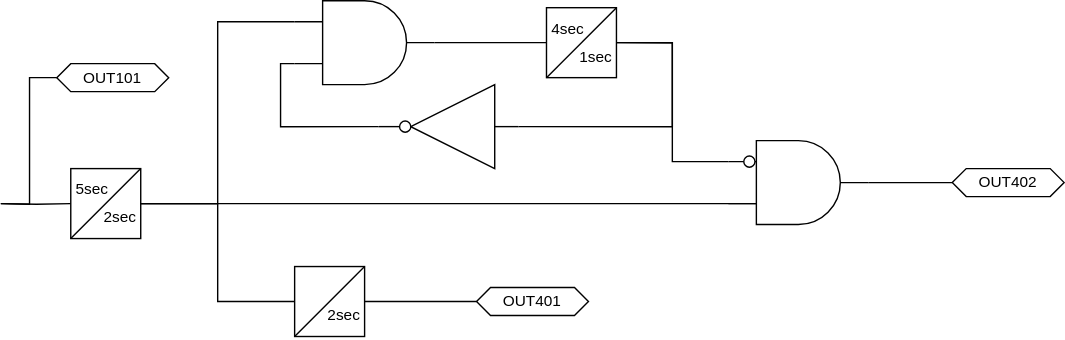
Above: content/images/SEL-5282_timing.drawio.svg in engineerjoe440/stanley-solutions-blog (draw.io), before the change. Source tidied: cells renumbered, new cells last; positions are measured from the earlier drawing's top-left corner, leaving out a move shared by most shapes.
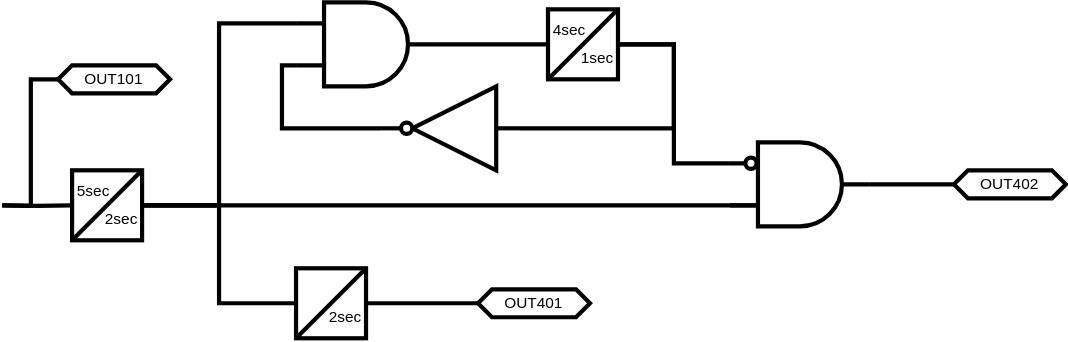
After the change.

Diff of the diagram source:
```diff
@@ -1,27 +1,27 @@
-<mxGraphModel>
+<mxGraphModel background="#FFFFFF">
   <root>
     <mxCell id="0" />
     <mxCell id="1" parent="0" />
-    <mxCell id="2" style="edgeStyle=orthogonalEdgeStyle;shape=connector;rounded=0;html=1;exitX=1;exitY=0.5;exitDx=0;exitDy=0;exitPerimeter=0;entryX=0;entryY=0.5;entryDx=0;entryDy=0;strokeColor=default;align=center;verticalAlign=middle;fontFamily=Helvetica;fontSize=11;fontColor=default;labelBackgroundColor=default;startFill=0;endArrow=none;" parent="1" edge="1" target="4">
+    <mxCell id="2" style="edgeStyle=orthogonalEdgeStyle;shape=connector;rounded=0;html=1;exitX=1;exitY=0.5;exitDx=0;exitDy=0;exitPerimeter=0;entryX=0;entryY=0.5;entryDx=0;entryDy=0;strokeColor=default;align=center;verticalAlign=middle;fontFamily=Helvetica;fontSize=11;fontColor=default;labelBackgroundColor=default;startFill=0;endArrow=none;strokeWidth=3;" parent="1" edge="1" target="4">
       <mxGeometry relative="1" as="geometry">
         <mxPoint y="145" as="sourcePoint" />
       </mxGeometry>
     </mxCell>
-    <mxCell id="3" style="edgeStyle=orthogonalEdgeStyle;shape=connector;rounded=0;html=1;exitX=1;exitY=0.5;exitDx=0;exitDy=0;exitPerimeter=0;entryX=0;entryY=0.5;entryDx=0;entryDy=0;strokeColor=default;align=center;verticalAlign=middle;fontFamily=Helvetica;fontSize=11;fontColor=default;labelBackgroundColor=default;startFill=0;endArrow=none;" parent="1" edge="1" target="6">
+    <mxCell id="3" style="edgeStyle=orthogonalEdgeStyle;shape=connector;rounded=0;html=1;exitX=1;exitY=0.5;exitDx=0;exitDy=0;exitPerimeter=0;entryX=0;entryY=0.5;entryDx=0;entryDy=0;strokeColor=default;align=center;verticalAlign=middle;fontFamily=Helvetica;fontSize=11;fontColor=default;labelBackgroundColor=default;startFill=0;endArrow=none;strokeWidth=3;" parent="1" edge="1" target="6">
       <mxGeometry relative="1" as="geometry">
         <mxPoint y="145" as="sourcePoint" />
       </mxGeometry>
     </mxCell>
-    <mxCell id="4" value="OUT101" style="shape=hexagon;perimeter=hexagonPerimeter2;whiteSpace=wrap;html=1;fixedSize=1;fontFamily=Helvetica;fontSize=11;fontColor=default;labelBackgroundColor=default;size=10;" parent="1" vertex="1">
+    <mxCell id="4" value="OUT101" style="shape=hexagon;perimeter=hexagonPerimeter2;whiteSpace=wrap;html=1;fixedSize=1;fontFamily=Helvetica;fontSize=11;fontColor=default;labelBackgroundColor=default;size=10;strokeWidth=3;" parent="1" vertex="1">
       <mxGeometry x="40" y="45" width="80" height="20" as="geometry" />
     </mxCell>
-    <mxCell id="5" style="group;" parent="1" vertex="1">
+    <mxCell id="5" style="group;strokeWidth=3;" parent="1" vertex="1">
       <mxGeometry x="50" y="120" width="60" height="50" as="geometry" />
     </mxCell>
-    <mxCell id="6" style="whiteSpace=wrap;html=1;" parent="5" vertex="1">
+    <mxCell id="6" style="whiteSpace=wrap;html=1;strokeWidth=3;" parent="5" vertex="1">
       <mxGeometry width="50" height="50" as="geometry" />
     </mxCell>
-    <mxCell id="7" style="endArrow=none;html=1;rounded=0;" parent="5" edge="1" target="6">
+    <mxCell id="7" style="endArrow=none;html=1;rounded=0;strokeWidth=3;" parent="5" edge="1" target="6">
       <mxGeometry relative="1" as="geometry">
         <mxPoint y="50" as="sourcePoint" />
         <Array as="points">
@@ -29,19 +29,19 @@
         </Array>
       </mxGeometry>
     </mxCell>
-    <mxCell id="8" value="5sec" style="text;html=1;align=center;verticalAlign=middle;strokeColor=none;fillColor=none;fontFamily=Helvetica;fontSize=11;fontColor=default;labelBackgroundColor=default;" parent="5" vertex="1">
+    <mxCell id="8" value="5sec" style="text;html=1;align=center;verticalAlign=middle;strokeColor=none;fillColor=none;fontFamily=Helvetica;fontSize=11;fontColor=default;labelBackgroundColor=default;strokeWidth=3;" parent="5" vertex="1">
       <mxGeometry x="-10" width="50" height="30" as="geometry" />
     </mxCell>
-    <mxCell id="9" value="2sec" style="text;html=1;align=center;verticalAlign=middle;strokeColor=none;fillColor=none;fontFamily=Helvetica;fontSize=11;fontColor=default;labelBackgroundColor=default;" parent="5" vertex="1">
+    <mxCell id="9" value="2sec" style="text;html=1;align=center;verticalAlign=middle;strokeColor=none;fillColor=none;fontFamily=Helvetica;fontSize=11;fontColor=default;labelBackgroundColor=default;strokeWidth=3;" parent="5" vertex="1">
       <mxGeometry x="10" y="20" width="50" height="30" as="geometry" />
     </mxCell>
-    <mxCell id="10" style="group;" parent="1" vertex="1">
+    <mxCell id="10" style="group;strokeWidth=3;" parent="1" vertex="1">
       <mxGeometry x="210" y="190" width="60" height="50" as="geometry" />
     </mxCell>
-    <mxCell id="11" style="whiteSpace=wrap;html=1;" parent="10" vertex="1">
+    <mxCell id="11" style="whiteSpace=wrap;html=1;strokeWidth=3;" parent="10" vertex="1">
       <mxGeometry width="50" height="50" as="geometry" />
     </mxCell>
-    <mxCell id="12" style="endArrow=none;html=1;rounded=0;" parent="10" edge="1" target="11">
+    <mxCell id="12" style="endArrow=none;html=1;rounded=0;strokeWidth=3;" parent="10" edge="1" target="11">
       <mxGeometry relative="1" as="geometry">
         <mxPoint y="50" as="sourcePoint" />
         <Array as="points">
@@ -49,28 +49,28 @@
         </Array>
       </mxGeometry>
     </mxCell>
-    <mxCell id="13" value="2sec" style="text;html=1;align=center;verticalAlign=middle;strokeColor=none;fillColor=none;fontFamily=Helvetica;fontSize=11;fontColor=default;labelBackgroundColor=default;" parent="10" vertex="1">
+    <mxCell id="13" value="2sec" style="text;html=1;align=center;verticalAlign=middle;strokeColor=none;fillColor=none;fontFamily=Helvetica;fontSize=11;fontColor=default;labelBackgroundColor=default;strokeWidth=3;" parent="10" vertex="1">
       <mxGeometry x="10" y="20" width="50" height="30" as="geometry" />
     </mxCell>
-    <mxCell id="14" style="edgeStyle=orthogonalEdgeStyle;shape=connector;rounded=0;html=1;exitX=0;exitY=0.5;exitDx=0;exitDy=0;entryX=1;entryY=0.5;entryDx=0;entryDy=0;strokeColor=default;align=center;verticalAlign=middle;fontFamily=Helvetica;fontSize=11;fontColor=default;labelBackgroundColor=default;startFill=0;endArrow=none;" parent="1" edge="1" source="11" target="6">
+    <mxCell id="14" style="edgeStyle=orthogonalEdgeStyle;shape=connector;rounded=0;html=1;exitX=0;exitY=0.5;exitDx=0;exitDy=0;entryX=1;entryY=0.5;entryDx=0;entryDy=0;strokeColor=default;align=center;verticalAlign=middle;fontFamily=Helvetica;fontSize=11;fontColor=default;labelBackgroundColor=default;startFill=0;endArrow=none;strokeWidth=3;" parent="1" edge="1" source="11" target="6">
       <mxGeometry relative="1" as="geometry" />
     </mxCell>
-    <mxCell id="15" style="edgeStyle=orthogonalEdgeStyle;shape=connector;rounded=0;html=1;exitX=0;exitY=0.25;exitDx=0;exitDy=0;exitPerimeter=0;entryX=1;entryY=0.5;entryDx=0;entryDy=0;strokeColor=default;align=center;verticalAlign=middle;fontFamily=Helvetica;fontSize=11;fontColor=default;labelBackgroundColor=default;startFill=0;endArrow=none;" parent="1" edge="1" source="17" target="6">
+    <mxCell id="15" style="edgeStyle=orthogonalEdgeStyle;shape=connector;rounded=0;html=1;exitX=0;exitY=0.25;exitDx=0;exitDy=0;exitPerimeter=0;entryX=1;entryY=0.5;entryDx=0;entryDy=0;strokeColor=default;align=center;verticalAlign=middle;fontFamily=Helvetica;fontSize=11;fontColor=default;labelBackgroundColor=default;startFill=0;endArrow=none;strokeWidth=3;" parent="1" edge="1" source="17" target="6">
       <mxGeometry relative="1" as="geometry" />
     </mxCell>
-    <mxCell id="16" style="edgeStyle=orthogonalEdgeStyle;shape=connector;rounded=0;html=1;exitX=1;exitY=0.5;exitDx=0;exitDy=0;exitPerimeter=0;entryX=0;entryY=0.5;entryDx=0;entryDy=0;strokeColor=default;align=center;verticalAlign=middle;fontFamily=Helvetica;fontSize=11;fontColor=default;labelBackgroundColor=default;startFill=0;endArrow=none;" parent="1" edge="1" source="17" target="19">
+    <mxCell id="16" style="edgeStyle=orthogonalEdgeStyle;shape=connector;rounded=0;html=1;exitX=1;exitY=0.5;exitDx=0;exitDy=0;exitPerimeter=0;entryX=0;entryY=0.5;entryDx=0;entryDy=0;strokeColor=default;align=center;verticalAlign=middle;fontFamily=Helvetica;fontSize=11;fontColor=default;labelBackgroundColor=default;startFill=0;endArrow=none;strokeWidth=3;" parent="1" edge="1" source="17" target="19">
       <mxGeometry relative="1" as="geometry" />
     </mxCell>
-    <mxCell id="17" style="verticalLabelPosition=bottom;shadow=0;dashed=0;align=center;html=1;verticalAlign=top;shape=mxgraph.electrical.logic_gates.logic_gate;operation=and;" parent="1" vertex="1">
+    <mxCell id="17" style="verticalLabelPosition=bottom;shadow=0;dashed=0;align=center;html=1;verticalAlign=top;shape=mxgraph.electrical.logic_gates.logic_gate;operation=and;strokeWidth=3;" parent="1" vertex="1">
       <mxGeometry x="210" width="100" height="60" as="geometry" />
     </mxCell>
-    <mxCell id="18" style="group;" parent="1" vertex="1">
+    <mxCell id="18" style="group;strokeWidth=3;" parent="1" vertex="1">
       <mxGeometry x="390" y="5" width="60" height="50" as="geometry" />
     </mxCell>
-    <mxCell id="19" style="whiteSpace=wrap;html=1;" parent="18" vertex="1">
+    <mxCell id="19" style="whiteSpace=wrap;html=1;strokeWidth=3;" parent="18" vertex="1">
       <mxGeometry width="50" height="50" as="geometry" />
     </mxCell>
-    <mxCell id="20" style="endArrow=none;html=1;rounded=0;" parent="18" edge="1" target="19">
+    <mxCell id="20" style="endArrow=none;html=1;rounded=0;strokeWidth=3;" parent="18" edge="1" target="19">
       <mxGeometry relative="1" as="geometry">
         <mxPoint y="50" as="sourcePoint" />
         <Array as="points">
@@ -78,13 +78,13 @@
         </Array>
       </mxGeometry>
     </mxCell>
-    <mxCell id="21" value="4sec" style="text;html=1;align=center;verticalAlign=middle;strokeColor=none;fillColor=none;fontFamily=Helvetica;fontSize=11;fontColor=default;labelBackgroundColor=default;" parent="18" vertex="1">
+    <mxCell id="21" value="4sec" style="text;html=1;align=center;verticalAlign=middle;strokeColor=none;fillColor=none;fontFamily=Helvetica;fontSize=11;fontColor=default;labelBackgroundColor=default;strokeWidth=3;" parent="18" vertex="1">
       <mxGeometry x="-10" width="50" height="30" as="geometry" />
     </mxCell>
-    <mxCell id="22" value="1sec" style="text;html=1;align=center;verticalAlign=middle;strokeColor=none;fillColor=none;fontFamily=Helvetica;fontSize=11;fontColor=default;labelBackgroundColor=default;" parent="18" vertex="1">
+    <mxCell id="22" value="1sec" style="text;html=1;align=center;verticalAlign=middle;strokeColor=none;fillColor=none;fontFamily=Helvetica;fontSize=11;fontColor=default;labelBackgroundColor=default;strokeWidth=3;" parent="18" vertex="1">
       <mxGeometry x="10" y="20" width="50" height="30" as="geometry" />
     </mxCell>
-    <mxCell id="23" style="edgeStyle=orthogonalEdgeStyle;shape=connector;rounded=0;html=1;exitX=0;exitY=0.5;exitDx=0;exitDy=0;exitPerimeter=0;entryX=1;entryY=0.5;entryDx=0;entryDy=0;strokeColor=default;align=center;verticalAlign=middle;fontFamily=Helvetica;fontSize=11;fontColor=default;labelBackgroundColor=default;startFill=0;endArrow=none;" parent="1" edge="1" source="24" target="19">
+    <mxCell id="23" style="edgeStyle=orthogonalEdgeStyle;shape=connector;rounded=0;html=1;exitX=0;exitY=0.5;exitDx=0;exitDy=0;exitPerimeter=0;entryX=1;entryY=0.5;entryDx=0;entryDy=0;strokeColor=default;align=center;verticalAlign=middle;fontFamily=Helvetica;fontSize=11;fontColor=default;labelBackgroundColor=default;startFill=0;endArrow=none;strokeWidth=3;" parent="1" edge="1" source="24" target="19">
       <mxGeometry relative="1" as="geometry">
         <Array as="points">
           <mxPoint x="480" y="90" />
@@ -92,38 +92,38 @@
         </Array>
       </mxGeometry>
     </mxCell>
-    <mxCell id="24" style="verticalLabelPosition=bottom;shadow=0;dashed=0;align=center;html=1;verticalAlign=top;shape=mxgraph.electrical.logic_gates.inverter_2;fontFamily=Helvetica;fontSize=11;fontColor=default;labelBackgroundColor=default;direction=west;" parent="1" vertex="1">
+    <mxCell id="24" style="verticalLabelPosition=bottom;shadow=0;dashed=0;align=center;html=1;verticalAlign=top;shape=mxgraph.electrical.logic_gates.inverter_2;fontFamily=Helvetica;fontSize=11;fontColor=default;labelBackgroundColor=default;direction=west;strokeWidth=3;" parent="1" vertex="1">
       <mxGeometry x="270" y="60" width="100" height="60" as="geometry" />
     </mxCell>
-    <mxCell id="25" style="edgeStyle=orthogonalEdgeStyle;shape=connector;rounded=0;html=1;exitX=1;exitY=0.5;exitDx=0;exitDy=0;exitPerimeter=0;entryX=0;entryY=0.75;entryDx=0;entryDy=0;entryPerimeter=0;strokeColor=default;align=center;verticalAlign=middle;fontFamily=Helvetica;fontSize=11;fontColor=default;labelBackgroundColor=default;startFill=0;endArrow=none;" parent="1" edge="1" source="24" target="17">
+    <mxCell id="25" style="edgeStyle=orthogonalEdgeStyle;shape=connector;rounded=0;html=1;exitX=1;exitY=0.5;exitDx=0;exitDy=0;exitPerimeter=0;entryX=0;entryY=0.75;entryDx=0;entryDy=0;entryPerimeter=0;strokeColor=default;align=center;verticalAlign=middle;fontFamily=Helvetica;fontSize=11;fontColor=default;labelBackgroundColor=default;startFill=0;endArrow=none;strokeWidth=3;" parent="1" edge="1" source="24" target="17">
       <mxGeometry relative="1" as="geometry" />
     </mxCell>
-    <mxCell id="26" style="edgeStyle=orthogonalEdgeStyle;shape=connector;rounded=0;html=1;exitX=0;exitY=0.25;exitDx=0;exitDy=0;exitPerimeter=0;entryX=1;entryY=0.5;entryDx=0;entryDy=0;strokeColor=default;align=center;verticalAlign=middle;fontFamily=Helvetica;fontSize=11;fontColor=default;labelBackgroundColor=default;startFill=0;endArrow=none;" parent="1" edge="1" source="29" target="19">
+    <mxCell id="26" style="edgeStyle=orthogonalEdgeStyle;shape=connector;rounded=0;html=1;exitX=0;exitY=0.25;exitDx=0;exitDy=0;exitPerimeter=0;entryX=1;entryY=0.5;entryDx=0;entryDy=0;strokeColor=default;align=center;verticalAlign=middle;fontFamily=Helvetica;fontSize=11;fontColor=default;labelBackgroundColor=default;startFill=0;endArrow=none;strokeWidth=3;" parent="1" edge="1" source="29" target="19">
       <mxGeometry relative="1" as="geometry" />
     </mxCell>
-    <mxCell id="27" style="edgeStyle=orthogonalEdgeStyle;shape=connector;rounded=0;html=1;exitX=0;exitY=0.75;exitDx=0;exitDy=0;exitPerimeter=0;entryX=1;entryY=0.5;entryDx=0;entryDy=0;strokeColor=default;align=center;verticalAlign=middle;fontFamily=Helvetica;fontSize=11;fontColor=default;labelBackgroundColor=default;startFill=0;endArrow=none;" parent="1" edge="1" source="29" target="6">
+    <mxCell id="27" style="edgeStyle=orthogonalEdgeStyle;shape=connector;rounded=0;html=1;exitX=0;exitY=0.75;exitDx=0;exitDy=0;exitPerimeter=0;entryX=1;entryY=0.5;entryDx=0;entryDy=0;strokeColor=default;align=center;verticalAlign=middle;fontFamily=Helvetica;fontSize=11;fontColor=default;labelBackgroundColor=default;startFill=0;endArrow=none;strokeWidth=3;" parent="1" edge="1" source="29" target="6">
       <mxGeometry relative="1" as="geometry">
         <Array as="points">
           <mxPoint x="580" y="145" />
         </Array>
       </mxGeometry>
     </mxCell>
-    <mxCell id="28" style="edgeStyle=orthogonalEdgeStyle;shape=connector;rounded=0;html=1;exitX=1;exitY=0.5;exitDx=0;exitDy=0;exitPerimeter=0;entryX=0;entryY=0.5;entryDx=0;entryDy=0;strokeColor=default;align=center;verticalAlign=middle;fontFamily=Helvetica;fontSize=11;fontColor=default;labelBackgroundColor=default;startFill=0;endArrow=none;" parent="1" edge="1" source="29" target="33">
+    <mxCell id="28" style="edgeStyle=orthogonalEdgeStyle;shape=connector;rounded=0;html=1;exitX=1;exitY=0.5;exitDx=0;exitDy=0;exitPerimeter=0;entryX=0;entryY=0.5;entryDx=0;entryDy=0;strokeColor=default;align=center;verticalAlign=middle;fontFamily=Helvetica;fontSize=11;fontColor=default;labelBackgroundColor=default;startFill=0;endArrow=none;strokeWidth=3;" parent="1" edge="1" source="29" target="33">
       <mxGeometry relative="1" as="geometry" />
     </mxCell>
-    <mxCell id="29" style="verticalLabelPosition=bottom;shadow=0;dashed=0;align=center;html=1;verticalAlign=top;shape=mxgraph.electrical.logic_gates.logic_gate;operation=and;" parent="1" vertex="1">
+    <mxCell id="29" style="verticalLabelPosition=bottom;shadow=0;dashed=0;align=center;html=1;verticalAlign=top;shape=mxgraph.electrical.logic_gates.logic_gate;operation=and;strokeWidth=3;" parent="1" vertex="1">
       <mxGeometry x="520" y="100" width="100" height="60" as="geometry" />
     </mxCell>
-    <mxCell id="30" style="verticalLabelPosition=bottom;shadow=0;dashed=0;align=center;html=1;verticalAlign=top;shape=mxgraph.electrical.logic_gates.inverting_contact;fontFamily=Helvetica;fontSize=11;fontColor=default;labelBackgroundColor=default;" parent="1" vertex="1">
+    <mxCell id="30" style="verticalLabelPosition=bottom;shadow=0;dashed=0;align=center;html=1;verticalAlign=top;shape=mxgraph.electrical.logic_gates.inverting_contact;fontFamily=Helvetica;fontSize=11;fontColor=default;labelBackgroundColor=default;strokeWidth=3;" parent="1" vertex="1">
       <mxGeometry x="530" y="110" width="10" height="10" as="geometry" />
     </mxCell>
-    <mxCell id="31" style="edgeStyle=orthogonalEdgeStyle;shape=connector;rounded=0;html=1;exitX=0;exitY=0.5;exitDx=0;exitDy=0;entryX=1;entryY=0.5;entryDx=0;entryDy=0;strokeColor=default;align=center;verticalAlign=middle;fontFamily=Helvetica;fontSize=11;fontColor=default;labelBackgroundColor=default;startFill=0;endArrow=none;" parent="1" edge="1" source="32" target="11">
+    <mxCell id="31" style="edgeStyle=orthogonalEdgeStyle;shape=connector;rounded=0;html=1;exitX=0;exitY=0.5;exitDx=0;exitDy=0;entryX=1;entryY=0.5;entryDx=0;entryDy=0;strokeColor=default;align=center;verticalAlign=middle;fontFamily=Helvetica;fontSize=11;fontColor=default;labelBackgroundColor=default;startFill=0;endArrow=none;strokeWidth=3;" parent="1" edge="1" source="32" target="11">
       <mxGeometry relative="1" as="geometry" />
     </mxCell>
-    <mxCell id="32" value="OUT401" style="shape=hexagon;perimeter=hexagonPerimeter2;whiteSpace=wrap;html=1;fixedSize=1;fontFamily=Helvetica;fontSize=11;fontColor=default;labelBackgroundColor=default;size=10;" parent="1" vertex="1">
+    <mxCell id="32" value="OUT401" style="shape=hexagon;perimeter=hexagonPerimeter2;whiteSpace=wrap;html=1;fixedSize=1;fontFamily=Helvetica;fontSize=11;fontColor=default;labelBackgroundColor=default;size=10;strokeWidth=3;" parent="1" vertex="1">
       <mxGeometry x="340" y="205" width="80" height="20" as="geometry" />
     </mxCell>
-    <mxCell id="33" value="OUT402" style="shape=hexagon;perimeter=hexagonPerimeter2;whiteSpace=wrap;html=1;fixedSize=1;fontFamily=Helvetica;fontSize=11;fontColor=default;labelBackgroundColor=default;size=10;" parent="1" vertex="1">
+    <mxCell id="33" value="OUT402" style="shape=hexagon;perimeter=hexagonPerimeter2;whiteSpace=wrap;html=1;fixedSize=1;fontFamily=Helvetica;fontSize=11;fontColor=default;labelBackgroundColor=default;size=10;strokeWidth=3;" parent="1" vertex="1">
       <mxGeometry x="680" y="120" width="80" height="20" as="geometry" />
     </mxCell>
   </root>
```
